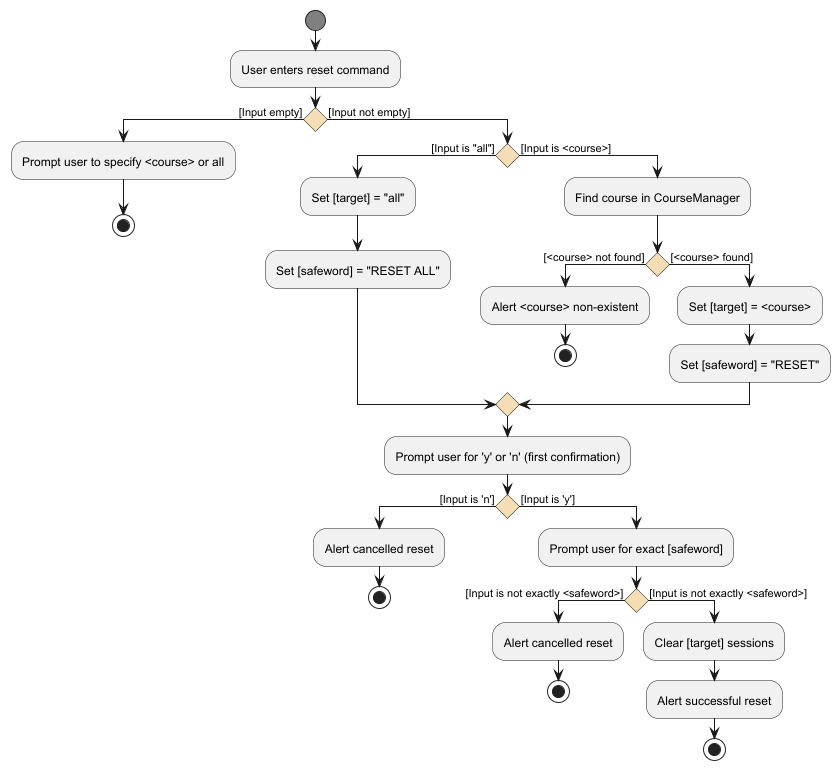
Before: docs/diagrams/ResetFunctionDiagram.png, a diagram exported from PlantUML (t-kandasami/tp).
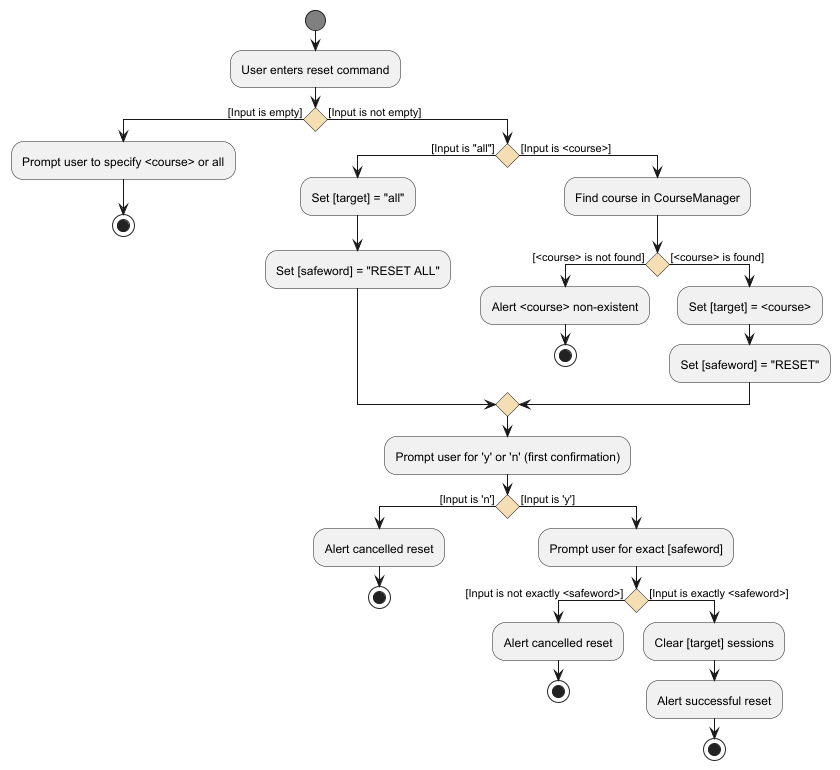
The same file after the commit.

Commit message:
fix: Update reset activity and storage load sequence diagrams

The edit, as a diff of the source:
```diff
@@ -12,10 +12,10 @@
 
 :User enters reset command;
 
-if () then ([Input empty])
+if () then ([Input is empty])
     :Prompt user to specify <course> or all;
     stop
-else ([Input not empty])
+else ([Input is not empty])
 
 if () then ([Input is "all"])
     :Set [target] = "all";
@@ -23,10 +23,10 @@
 
 else ([Input is <course>])
     :Find course in CourseManager;
-    if () then ([<course> not found])
+    if () then ([<course> is not found])
         :Alert <course> non-existent;
         stop
-    else ([<course> found])
+    else ([<course> is found])
     :Set [target] = <course>;
     :Set [safeword] = "RESET";
     endif
@@ -44,7 +44,7 @@
 if () then ([Input is not exactly <safeword>])
     :Alert cancelled reset;
     stop
-else ([Input is not exactly <safeword>])
+else ([Input is exactly <safeword>])
 
 :Clear [target] sessions;
 :Alert successful reset;
```
